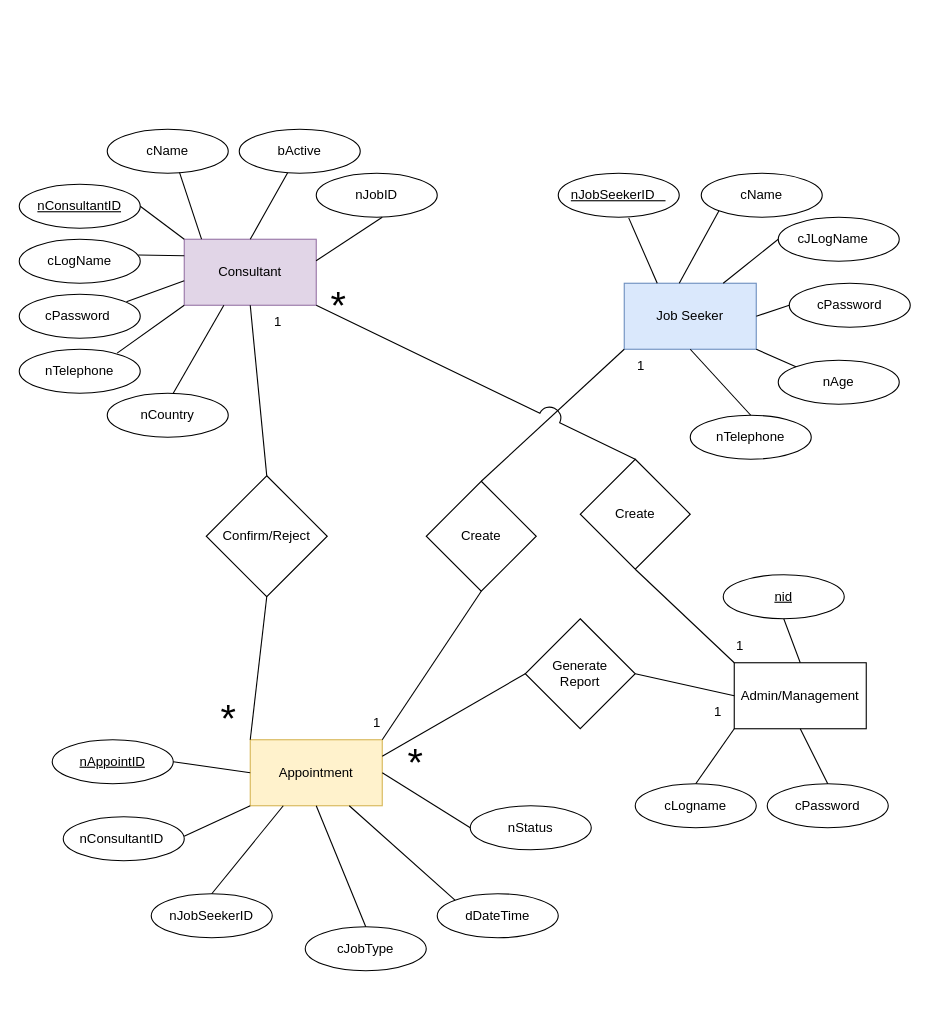
Before: page "ER Diagram" (1 of 3) of Untitled Diagram.drawio in danujaysl/CourseworkADPRG, a draw.io diagram. Source tidied: cells renumbered, new cells numbered last; positions are measured from the earlier drawing's top-left corner, leaving out a move shared by most shapes. Both pictures are drawn from the tidied source at 110%, with x=0, y=0 at pixel (19, 129).
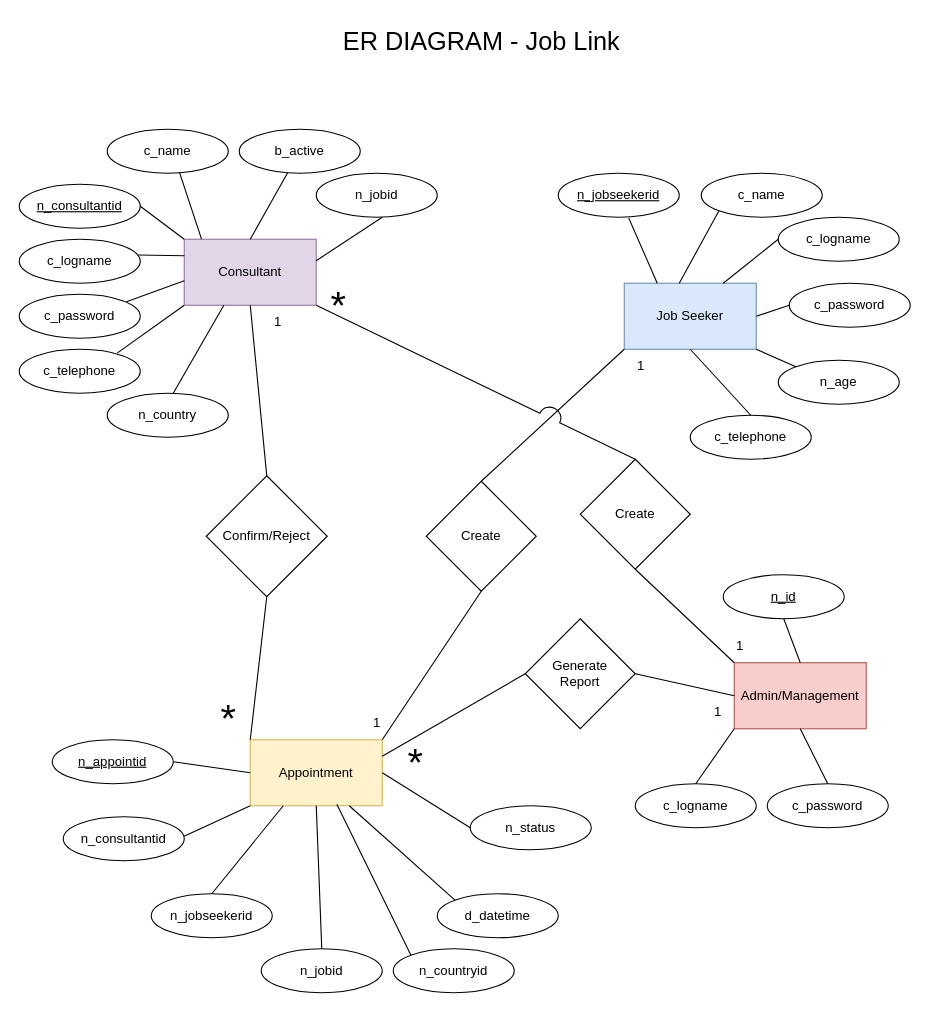
After the change.

Unchanged cells that the change refers to:
```xml
<mxCell id="4" value="Appointment" style="rounded=0;whiteSpace=wrap;html=1;fillColor=#fff2cc;strokeColor=#d6b656;" parent="1" vertex="1">
  <mxGeometry x="210" y="555" width="120" height="60" as="geometry" />
</mxCell>
```

Change to the diagram source:
```diff
@@
-    <mxCell id="5" value="&lt;u&gt;nJobSeekerID&amp;nbsp; &amp;nbsp;&lt;/u&gt;" style="ellipse;whiteSpace=wrap;html=1;" parent="1" vertex="1">
+    <mxCell id="5" value="&lt;u&gt;n_jobseekerid&lt;/u&gt;" style="ellipse;whiteSpace=wrap;html=1;" parent="1" vertex="1">
       <mxGeometry x="490" y="40" width="110" height="40" as="geometry" />
     </mxCell>
-    <mxCell id="6" value="cName" style="ellipse;whiteSpace=wrap;html=1;" parent="1" vertex="1">
+    <mxCell id="6" value="c_name" style="ellipse;whiteSpace=wrap;html=1;" parent="1" vertex="1">
       <mxGeometry x="620" y="40" width="110" height="40" as="geometry" />
     </mxCell>
-    <mxCell id="7" value="cJLogName&amp;nbsp; &amp;nbsp;" style="ellipse;whiteSpace=wrap;html=1;" parent="1" vertex="1">
+    <mxCell id="7" value="c_logname" style="ellipse;whiteSpace=wrap;html=1;" parent="1" vertex="1">
       <mxGeometry x="690" y="80" width="110" height="40" as="geometry" />
     </mxCell>
-    <mxCell id="8" value="cPassword" style="ellipse;whiteSpace=wrap;html=1;" parent="1" vertex="1">
+    <mxCell id="8" value="c_password" style="ellipse;whiteSpace=wrap;html=1;" parent="1" vertex="1">
       <mxGeometry x="700" y="140" width="110" height="40" as="geometry" />
     </mxCell>
-    <mxCell id="9" value="nAge" style="ellipse;whiteSpace=wrap;html=1;" parent="1" vertex="1">
+    <mxCell id="9" value="n_age" style="ellipse;whiteSpace=wrap;html=1;" parent="1" vertex="1">
       <mxGeometry x="690" y="210" width="110" height="40" as="geometry" />
     </mxCell>
-    <mxCell id="10" value="nTelephone" style="ellipse;whiteSpace=wrap;html=1;" parent="1" vertex="1">
+    <mxCell id="10" value="c_telephone" style="ellipse;whiteSpace=wrap;html=1;" parent="1" vertex="1">
       <mxGeometry x="610" y="260" width="110" height="40" as="geometry" />
     </mxCell>
-    <mxCell id="11" value="&lt;u&gt;nConsultantID&lt;/u&gt;" style="ellipse;whiteSpace=wrap;html=1;" parent="1" vertex="1">
+    <mxCell id="11" value="&lt;u&gt;n_consultantid&lt;/u&gt;" style="ellipse;whiteSpace=wrap;html=1;" parent="1" vertex="1">
       <mxGeometry y="50" width="110" height="40" as="geometry" />
     </mxCell>
-    <mxCell id="12" value="cName" style="ellipse;whiteSpace=wrap;html=1;" parent="1" vertex="1">
+    <mxCell id="12" value="c_name" style="ellipse;whiteSpace=wrap;html=1;" parent="1" vertex="1">
       <mxGeometry x="80" width="110" height="40" as="geometry" />
     </mxCell>
-    <mxCell id="13" value="cLogName" style="ellipse;whiteSpace=wrap;html=1;" parent="1" vertex="1">
+    <mxCell id="13" value="c_logname" style="ellipse;whiteSpace=wrap;html=1;" parent="1" vertex="1">
       <mxGeometry y="100" width="110" height="40" as="geometry" />
     </mxCell>
-    <mxCell id="14" value="cPassword&amp;nbsp;" style="ellipse;whiteSpace=wrap;html=1;" parent="1" vertex="1">
+    <mxCell id="14" value="c_password" style="ellipse;whiteSpace=wrap;html=1;" parent="1" vertex="1">
       <mxGeometry y="150" width="110" height="40" as="geometry" />
     </mxCell>
-    <mxCell id="15" value="nTelephone" style="ellipse;whiteSpace=wrap;html=1;" parent="1" vertex="1">
+    <mxCell id="15" value="c_telephone" style="ellipse;whiteSpace=wrap;html=1;" parent="1" vertex="1">
       <mxGeometry y="200" width="110" height="40" as="geometry" />
     </mxCell>
-    <mxCell id="16" value="nCountry" style="ellipse;whiteSpace=wrap;html=1;" parent="1" vertex="1">
+    <mxCell id="16" value="n_country" style="ellipse;whiteSpace=wrap;html=1;" parent="1" vertex="1">
       <mxGeometry x="80" y="240" width="110" height="40" as="geometry" />
     </mxCell>
-    <mxCell id="17" value="bActive" style="ellipse;whiteSpace=wrap;html=1;" parent="1" vertex="1">
+    <mxCell id="17" value="b_active" style="ellipse;whiteSpace=wrap;html=1;" parent="1" vertex="1">
       <mxGeometry x="200" width="110" height="40" as="geometry" />
     </mxCell>
-    <mxCell id="18" value="nJobID" style="ellipse;whiteSpace=wrap;html=1;" parent="1" vertex="1">
+    <mxCell id="18" value="n_jobid" style="ellipse;whiteSpace=wrap;html=1;" parent="1" vertex="1">
       <mxGeometry x="270" y="40" width="110" height="40" as="geometry" />
     </mxCell>
@@
-    <mxCell id="39" value="&lt;u&gt;nAppointID&lt;/u&gt;" style="ellipse;whiteSpace=wrap;html=1;" parent="1" vertex="1">
+    <mxCell id="39" value="&lt;u&gt;n_appointid&lt;/u&gt;" style="ellipse;whiteSpace=wrap;html=1;" parent="1" vertex="1">
       <mxGeometry x="30" y="555" width="110" height="40" as="geometry" />
     </mxCell>
-    <mxCell id="40" value="nConsultantID&amp;nbsp;" style="ellipse;whiteSpace=wrap;html=1;" parent="1" vertex="1">
+    <mxCell id="40" value="n_consultantid" style="ellipse;whiteSpace=wrap;html=1;" parent="1" vertex="1">
       <mxGeometry x="40" y="625" width="110" height="40" as="geometry" />
     </mxCell>
-    <mxCell id="41" value="nJobSeekerID" style="ellipse;whiteSpace=wrap;html=1;" parent="1" vertex="1">
+    <mxCell id="41" value="n_jobseekerid" style="ellipse;whiteSpace=wrap;html=1;" parent="1" vertex="1">
       <mxGeometry x="120" y="695" width="110" height="40" as="geometry" />
     </mxCell>
-    <mxCell id="42" value="cJobType" style="ellipse;whiteSpace=wrap;html=1;" parent="1" vertex="1">
-      <mxGeometry x="260" y="725" width="110" height="40" as="geometry" />
+    <mxCell id="42" value="n_jobid" style="ellipse;whiteSpace=wrap;html=1;" parent="1" vertex="1">
+      <mxGeometry x="220" y="745" width="110" height="40" as="geometry" />
     </mxCell>
-    <mxCell id="43" value="dDateTime" style="ellipse;whiteSpace=wrap;html=1;" parent="1" vertex="1">
+    <mxCell id="43" value="d_datetime" style="ellipse;whiteSpace=wrap;html=1;" parent="1" vertex="1">
       <mxGeometry x="380" y="695" width="110" height="40" as="geometry" />
     </mxCell>
-    <mxCell id="44" value="nStatus" style="ellipse;whiteSpace=wrap;html=1;" parent="1" vertex="1">
+    <mxCell id="44" value="n_status" style="ellipse;whiteSpace=wrap;html=1;" parent="1" vertex="1">
       <mxGeometry x="410" y="615" width="110" height="40" as="geometry" />
     </mxCell>
@@
-    <mxCell id="55" value="Admin/Management" style="rounded=0;whiteSpace=wrap;html=1;" parent="1" vertex="1">
+    <mxCell id="55" value="Admin/Management" style="rounded=0;whiteSpace=wrap;html=1;fillColor=#f8cecc;strokeColor=#b85450;" parent="1" vertex="1">
       <mxGeometry x="650" y="485" width="120" height="60" as="geometry" />
     </mxCell>
-    <mxCell id="56" value="cPassword" style="ellipse;whiteSpace=wrap;html=1;" parent="1" vertex="1">
+    <mxCell id="56" value="c_password" style="ellipse;whiteSpace=wrap;html=1;" parent="1" vertex="1">
       <mxGeometry x="680" y="595" width="110" height="40" as="geometry" />
     </mxCell>
-    <mxCell id="57" value="cLogname" style="ellipse;whiteSpace=wrap;html=1;" parent="1" vertex="1">
+    <mxCell id="57" value="c_logname" style="ellipse;whiteSpace=wrap;html=1;" parent="1" vertex="1">
       <mxGeometry x="560" y="595" width="110" height="40" as="geometry" />
     </mxCell>
@@
-    <mxCell id="63" value="&lt;u&gt;nid&lt;/u&gt;" style="ellipse;whiteSpace=wrap;html=1;" parent="1" vertex="1">
+    <mxCell id="63" value="&lt;u&gt;n_id&lt;/u&gt;" style="ellipse;whiteSpace=wrap;html=1;" parent="1" vertex="1">
       <mxGeometry x="640" y="405" width="110" height="40" as="geometry" />
     </mxCell>
@@
+    <mxCell id="72" value="&lt;font style=&quot;font-size: 23px;&quot;&gt;ER DIAGRAM - Job Link&lt;/font&gt;" style="text;html=1;align=center;verticalAlign=middle;strokeColor=none;fillColor=none;" parent="1" vertex="1">
+      <mxGeometry x="280" y="-100" width="280" height="40" as="geometry" />
+    </mxCell>
+    <mxCell id="73" value="n_countryid" style="ellipse;whiteSpace=wrap;html=1;" parent="1" vertex="1">
+      <mxGeometry x="340" y="745" width="110" height="40" as="geometry" />
+    </mxCell>
+    <mxCell id="74" style="endArrow=none;html=1;rounded=0;entryX=0.656;entryY=0.979;entryDx=0;entryDy=0;entryPerimeter=0;exitX=0;exitY=0;exitDx=0;exitDy=0;" parent="1" edge="1" source="73" target="4">
+      <mxGeometry relative="1" as="geometry" />
+    </mxCell>
```
